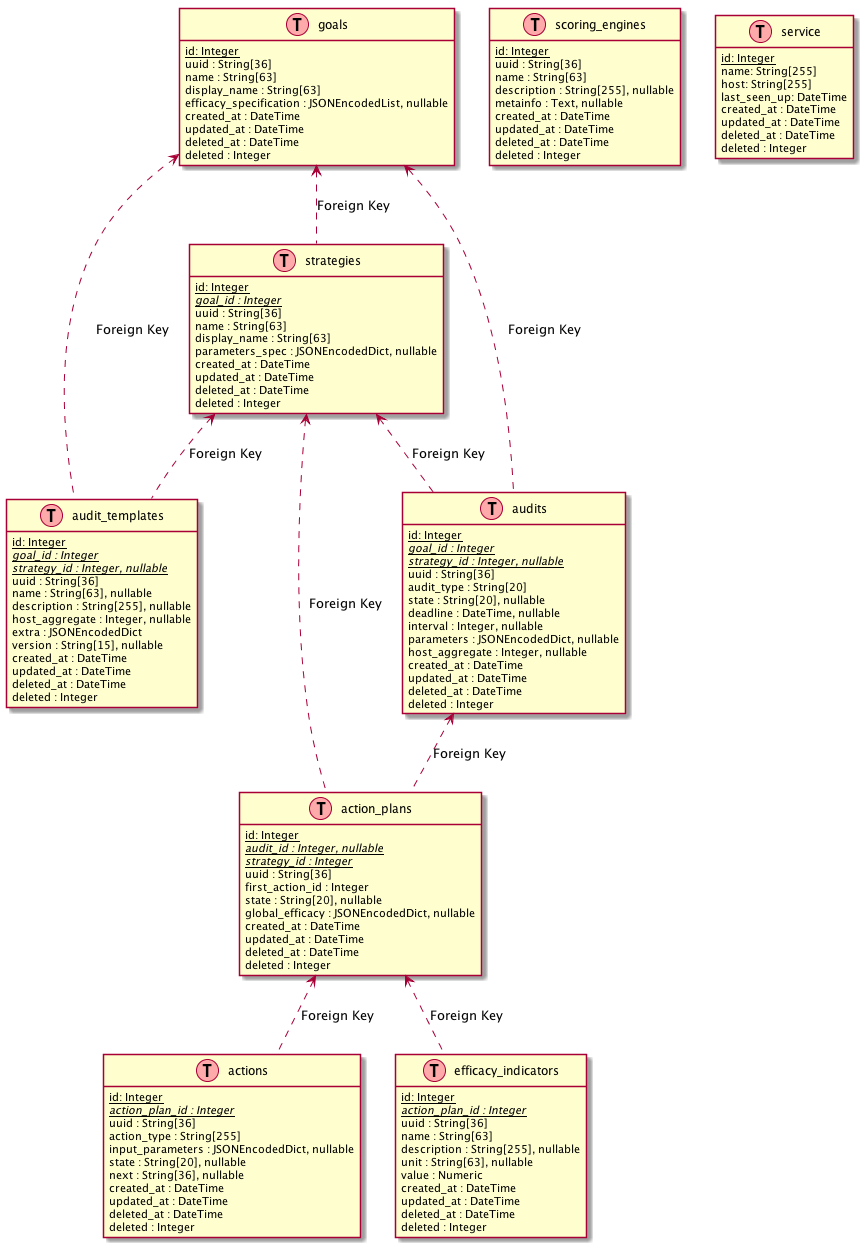
Before: doc/source/images/watcher_db_schema_diagram.png, a diagram exported from PlantUML (openstack/watcher).
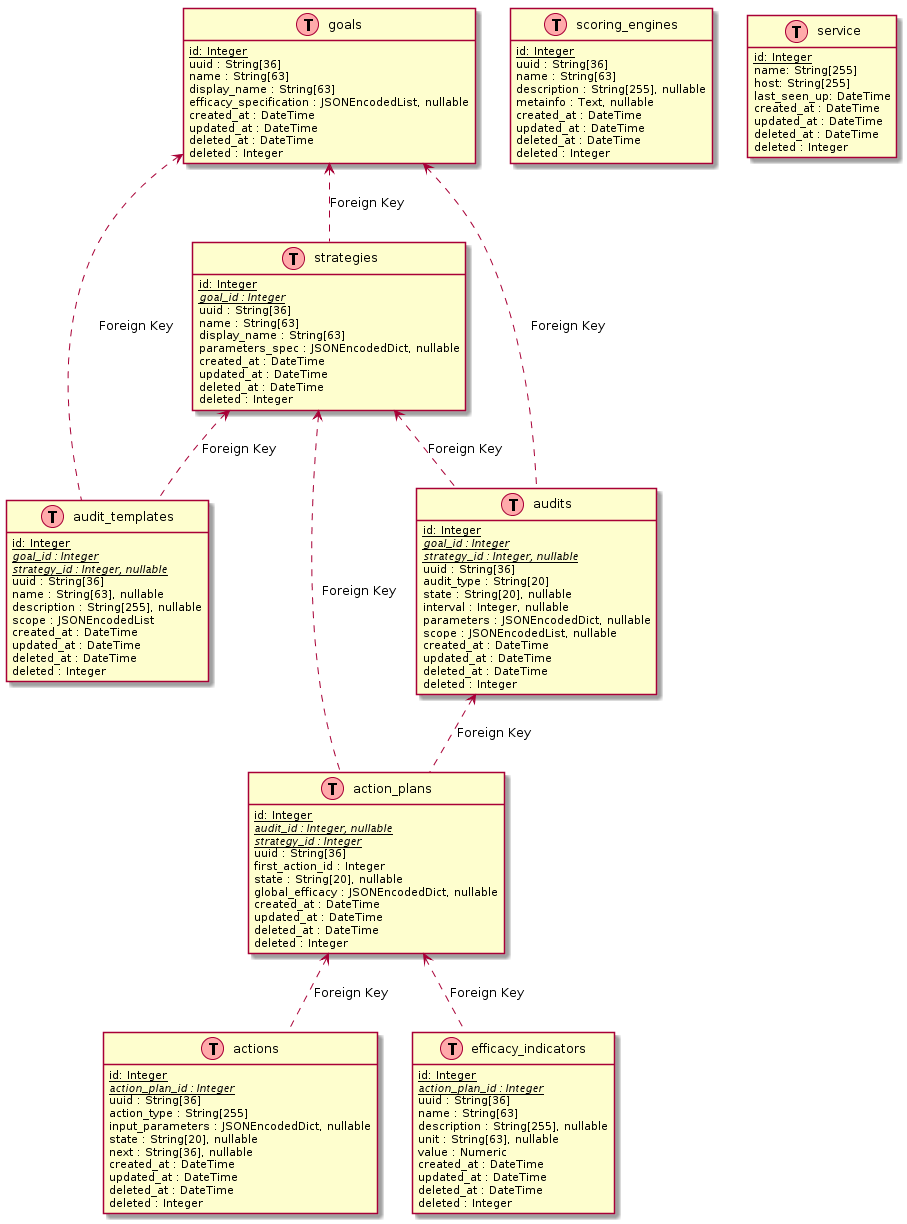
The same file after the commit.

Diff of the diagram source:
```diff
@@ -38,9 +38,7 @@
     uuid : String[36]
     name : String[63], nullable
     description : String[255], nullable
-    host_aggregate : Integer, nullable
-    extra : JSONEncodedDict
-    version : String[15], nullable
+    scope : JSONEncodedList
 
     created_at : DateTime
     updated_at : DateTime
@@ -56,10 +54,9 @@
     uuid : String[36]
     audit_type : String[20]
     state : String[20], nullable
-    deadline : DateTime, nullable
     interval : Integer, nullable
     parameters : JSONEncodedDict, nullable
-    host_aggregate : Integer, nullable
+    scope : JSONEncodedList, nullable
 
     created_at : DateTime
     updated_at : DateTime
```
